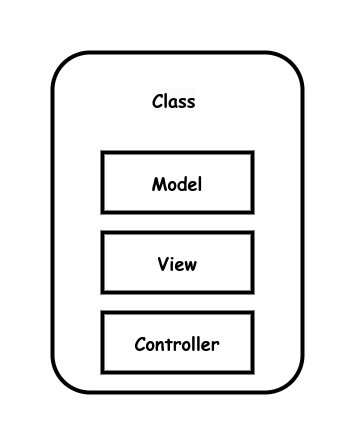
Above: images/smart-ui.drawio.png in garfix/architectural-patterns (draw.io), before the change. Source tidied: cells renumbered, new cells last; positions are measured from the earlier drawing's top-left corner, leaving out a move shared by most shapes. Its diagram source:
```xml
<mxGraphModel>
  <root>
    <mxCell id="0" />
    <mxCell id="1" parent="0" />
    <mxCell id="2" value="&lt;b style=&quot;font-size: 18px;&quot;&gt;&lt;br&gt;&lt;/b&gt;" style="rounded=1;whiteSpace=wrap;html=1;strokeWidth=4;fontFamily=Comic Sans MS;fontSize=18;" parent="1" vertex="1">
      <mxGeometry width="250" height="340" as="geometry" />
    </mxCell>
    <mxCell id="3" value="Model" style="rounded=0;whiteSpace=wrap;html=1;strokeWidth=4;fontSize=18;fontFamily=Comic Sans MS;fontStyle=1;" parent="1" vertex="1">
      <mxGeometry x="50" y="100" width="150" height="60" as="geometry" />
    </mxCell>
    <mxCell id="4" value="&lt;b style=&quot;border-color: var(--border-color); color: rgb(0, 0, 0); font-family: &amp;quot;Comic Sans MS&amp;quot;; font-size: 18px; font-style: normal; font-variant-ligatures: normal; font-variant-caps: normal; letter-spacing: normal; orphans: 2; text-align: center; text-indent: 0px; text-transform: none; widows: 2; word-spacing: 0px; -webkit-text-stroke-width: 0px; background-color: rgb(251, 251, 251); text-decoration-thickness: initial; text-decoration-style: initial; text-decoration-color: initial;&quot;&gt;Class&lt;/b&gt;" style="text;whiteSpace=wrap;html=1;" parent="1" vertex="1">
      <mxGeometry x="97.5" y="30" width="45" height="50" as="geometry" />
    </mxCell>
    <mxCell id="5" value="View" style="rounded=0;whiteSpace=wrap;html=1;strokeWidth=4;fontSize=18;fontFamily=Comic Sans MS;fontStyle=1;" parent="1" vertex="1">
      <mxGeometry x="50" y="180" width="150" height="60" as="geometry" />
    </mxCell>
    <mxCell id="6" value="Controller" style="rounded=0;whiteSpace=wrap;html=1;strokeWidth=4;fontSize=18;fontFamily=Comic Sans MS;fontStyle=1;" parent="1" vertex="1">
      <mxGeometry x="50" y="260" width="150" height="60" as="geometry" />
    </mxCell>
  </root>
</mxGraphModel>
```
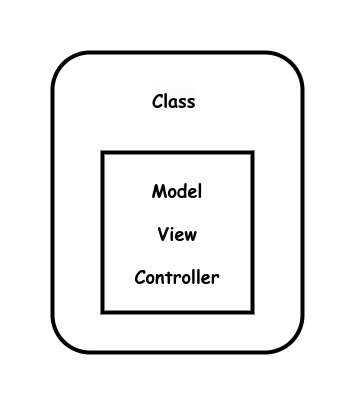
The same diagram one commit later.

The edit, as a diff of the source:
```diff
@@ -3,19 +3,13 @@
     <mxCell id="0" />
     <mxCell id="1" parent="0" />
     <mxCell id="2" value="&lt;b style=&quot;font-size: 18px;&quot;&gt;&lt;br&gt;&lt;/b&gt;" style="rounded=1;whiteSpace=wrap;html=1;strokeWidth=4;fontFamily=Comic Sans MS;fontSize=18;" parent="1" vertex="1">
-      <mxGeometry width="250" height="340" as="geometry" />
+      <mxGeometry width="250" height="300" as="geometry" />
     </mxCell>
-    <mxCell id="3" value="Model" style="rounded=0;whiteSpace=wrap;html=1;strokeWidth=4;fontSize=18;fontFamily=Comic Sans MS;fontStyle=1;" parent="1" vertex="1">
-      <mxGeometry x="50" y="100" width="150" height="60" as="geometry" />
+    <mxCell id="3" value="Model&lt;br&gt;&lt;br&gt;View&lt;br&gt;&lt;br&gt;Controller" style="rounded=0;whiteSpace=wrap;html=1;strokeWidth=4;fontSize=18;fontFamily=Comic Sans MS;fontStyle=1;" parent="1" vertex="1">
+      <mxGeometry x="50" y="100" width="150" height="160" as="geometry" />
     </mxCell>
     <mxCell id="4" value="&lt;b style=&quot;border-color: var(--border-color); color: rgb(0, 0, 0); font-family: &amp;quot;Comic Sans MS&amp;quot;; font-size: 18px; font-style: normal; font-variant-ligatures: normal; font-variant-caps: normal; letter-spacing: normal; orphans: 2; text-align: center; text-indent: 0px; text-transform: none; widows: 2; word-spacing: 0px; -webkit-text-stroke-width: 0px; background-color: rgb(251, 251, 251); text-decoration-thickness: initial; text-decoration-style: initial; text-decoration-color: initial;&quot;&gt;Class&lt;/b&gt;" style="text;whiteSpace=wrap;html=1;" parent="1" vertex="1">
       <mxGeometry x="97.5" y="30" width="45" height="50" as="geometry" />
     </mxCell>
-    <mxCell id="5" value="View" style="rounded=0;whiteSpace=wrap;html=1;strokeWidth=4;fontSize=18;fontFamily=Comic Sans MS;fontStyle=1;" parent="1" vertex="1">
-      <mxGeometry x="50" y="180" width="150" height="60" as="geometry" />
-    </mxCell>
-    <mxCell id="6" value="Controller" style="rounded=0;whiteSpace=wrap;html=1;strokeWidth=4;fontSize=18;fontFamily=Comic Sans MS;fontStyle=1;" parent="1" vertex="1">
-      <mxGeometry x="50" y="260" width="150" height="60" as="geometry" />
-    </mxCell>
   </root>
 </mxGraphModel>
```
